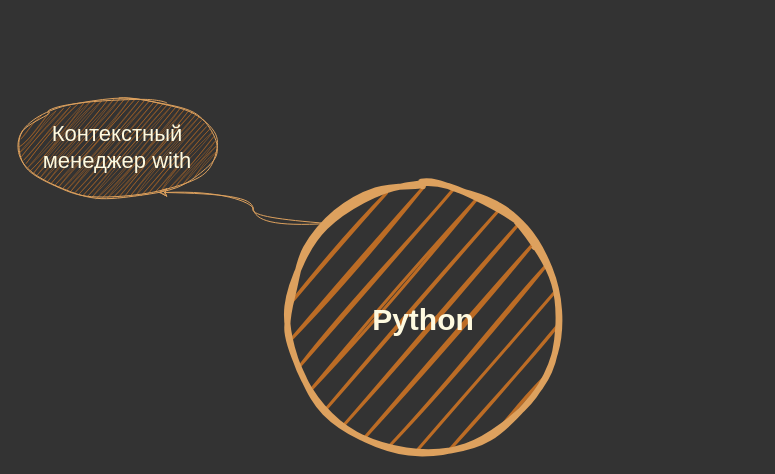
Before: Untitled Diagram.drawio in zhivvv/study, a draw.io diagram. Source tidied: cells renumbered, new cells numbered last; positions are measured from the earlier drawing's top-left corner, leaving out a move shared by most shapes. Both pictures are drawn from the tidied source at 100%, with x=0, y=0 at pixel (17, 97).
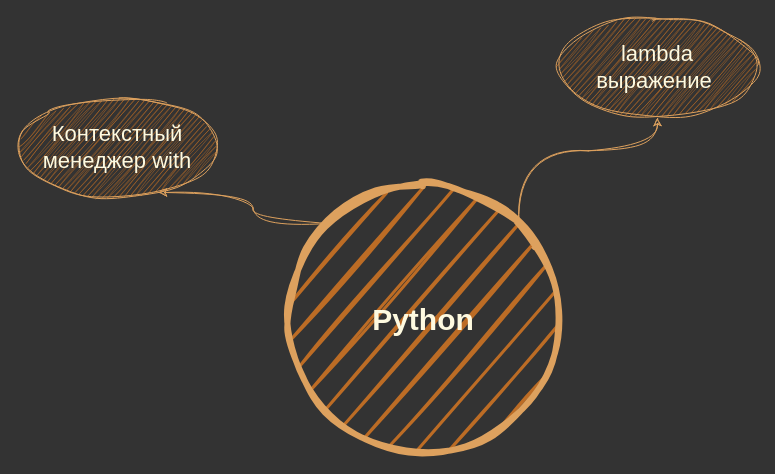
After the change.

Change to the diagram source:
```diff
@@
 <mxGraphModel background="#333333">
   <root>
     <mxCell id="0" />
     <mxCell id="1" parent="0" />
     <mxCell id="2" style="edgeStyle=orthogonalEdgeStyle;curved=1;jettySize=auto;html=1;exitX=0;exitY=0;exitDx=0;exitDy=0;entryX=0.705;entryY=0.95;entryDx=0;entryDy=0;entryPerimeter=0;fontSize=15;noJump=0;orthogonal=0;enumerate=0;comic=0;sketch=1;curveFitting=1;jiggle=2;labelBackgroundColor=none;strokeColor=#DDA15E;fontColor=default;rounded=1;" parent="1" edge="1" source="3" target="4">
       <mxGeometry relative="1" as="geometry" />
     </mxCell>
+    <mxCell id="5" style="edgeStyle=orthogonalEdgeStyle;hachureGap=4;jettySize=auto;html=1;exitX=1;exitY=0;exitDx=0;exitDy=0;entryX=0.5;entryY=1;entryDx=0;entryDy=0;fontFamily=Helvetica;fontSize=15;labelBackgroundColor=none;strokeColor=#DDA15E;comic=0;sketch=1;curveFitting=1;jiggle=2;jumpStyle=none;curved=1;" parent="1" edge="1" source="3" target="6">
+      <mxGeometry relative="1" as="geometry" />
+    </mxCell>
     <mxCell id="3" value="Python" style="ellipse;whiteSpace=wrap;html=1;shadow=0;fontFamily=Helvetica;fontSize=30;fontColor=#FEFAE0;align=center;strokeColor=#DDA15E;strokeWidth=6;fillColor=#BC6C25;fontStyle=1;sketch=1;curveFitting=1;jiggle=2;labelBackgroundColor=none;rounded=1;" parent="1" vertex="1">
       <mxGeometry x="271" y="86.5" width="270" height="270" as="geometry" />
     </mxCell>
     <mxCell id="4" value="&lt;font style=&quot;font-size: 22px;&quot;&gt;Контекстный менеджер with&lt;/font&gt;" style="ellipse;whiteSpace=wrap;html=1;sketch=1;curveFitting=1;jiggle=2;fillColor=#BC6C25;strokeColor=#DDA15E;fontColor=#FEFAE0;labelBackgroundColor=none;rounded=1;" parent="1" vertex="1">
       <mxGeometry width="200" height="100" as="geometry" />
     </mxCell>
+    <mxCell id="6" value="&lt;font style=&quot;font-size: 22px;&quot;&gt;lambda выражение&amp;nbsp;&lt;/font&gt;" style="ellipse;whiteSpace=wrap;html=1;sketch=1;curveFitting=1;jiggle=2;fillColor=#BC6C25;strokeColor=#DDA15E;fontColor=#FEFAE0;labelBackgroundColor=none;rounded=1;" parent="1" vertex="1">
+      <mxGeometry x="540" y="-80" width="200" height="100" as="geometry" />
+    </mxCell>
   </root>
 </mxGraphModel>
```
